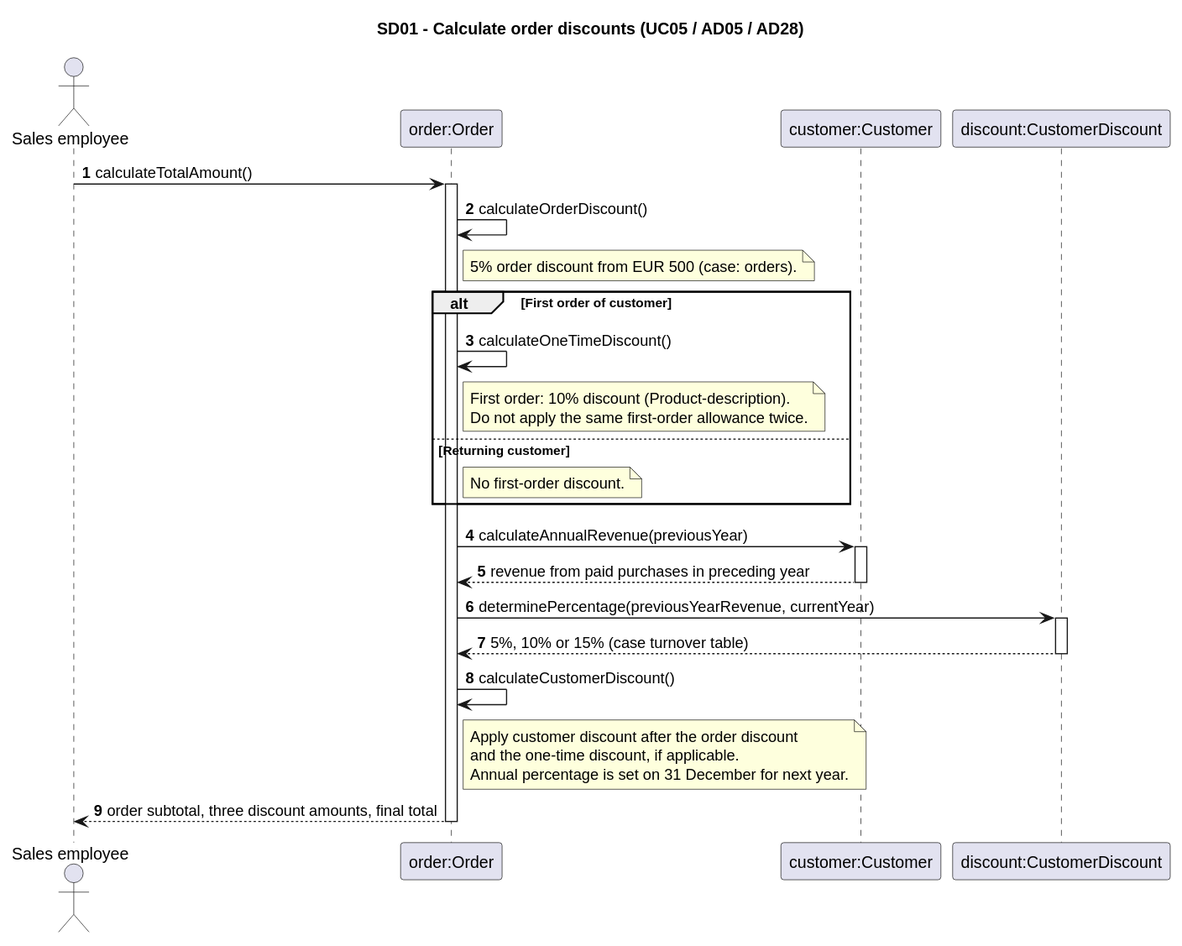
This is Documentation/Architecture/uml/export/sequence_diagrams/SD01_Klantenkorting.svg from ViktorQorri/Project-Timaflu, a PlantUML export, as it was before one commit. Source of this version:
```plantuml
@startuml
title SD01 - Calculate order discounts (UC05 / AD05 / AD28)
autonumber

actor "Sales employee" as Sales
participant "order:Order" as O
participant "customer:Customer" as C
participant "discount:CustomerDiscount" as D

Sales -> O: calculateTotalAmount()
activate O
O -> O: calculateOrderDiscount()
note right of O: 5% order discount from EUR 500 (case: orders).

alt First order of customer
  O -> O: calculateOneTimeDiscount()
  note right of O
    First order: 10% discount (Product-description).
    Do not apply the same first-order allowance twice.
  end note
else Returning customer
  note right of O: No first-order discount.
end

O -> C: calculateAnnualRevenue(previousYear)
activate C
C --> O: revenue from paid purchases in preceding year
deactivate C
O -> D: determinePercentage(previousYearRevenue, currentYear)
activate D
D --> O: 5%, 10% or 15% (case turnover table)
deactivate D
O -> O: calculateCustomerDiscount()
note right of O
  Apply customer discount after the order discount
  and the one-time discount, if applicable.
  Annual percentage is set on 31 December for next year.
end note
O --> Sales: order subtotal, three discount amounts, final total
deactivate O
@enduml
```
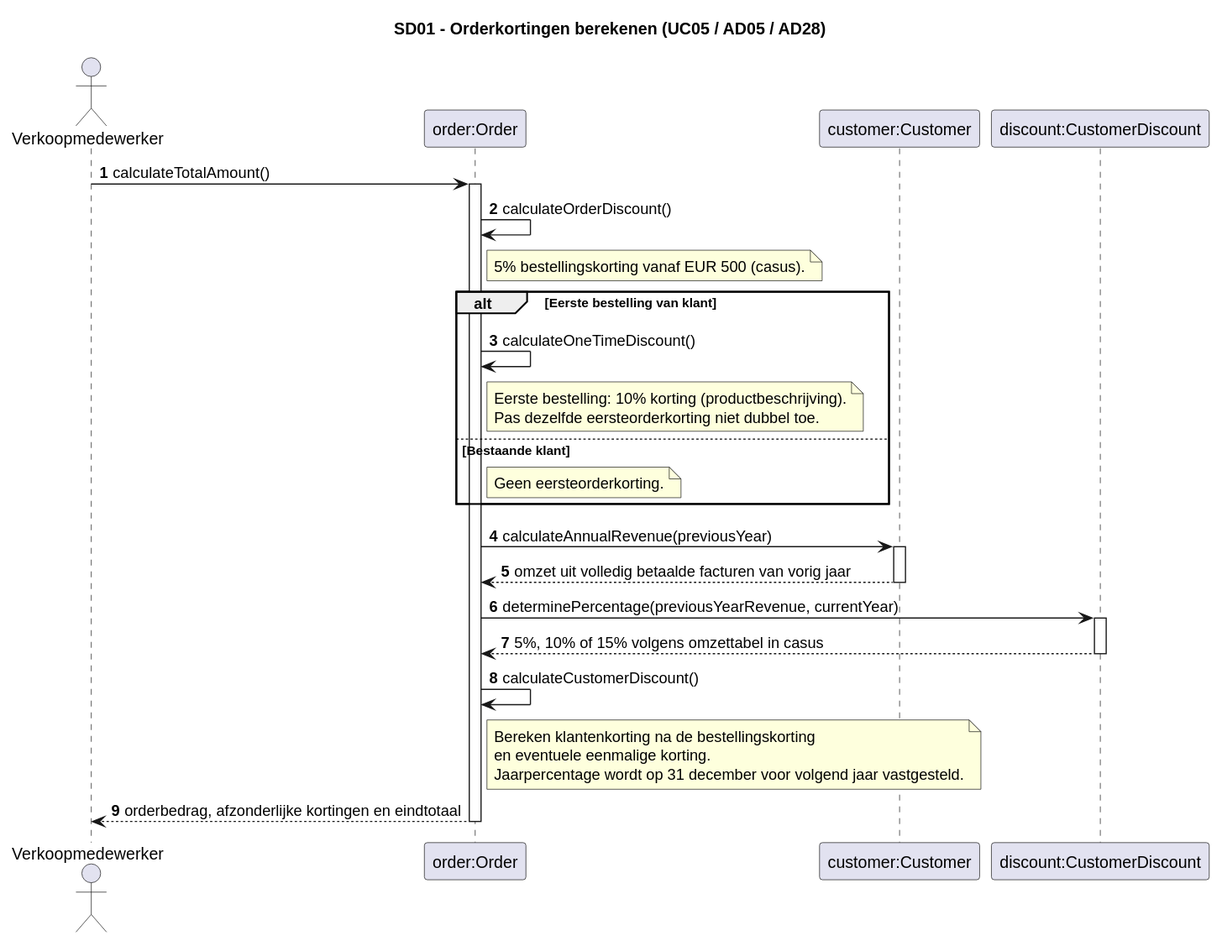
The same diagram one commit later.

What changed in the source:
```diff
@@ -1,8 +1,8 @@
 @startuml
-title SD01 - Calculate order discounts (UC05 / AD05 / AD28)
+title SD01 - Orderkortingen berekenen (UC05 / AD05 / AD28)
 autonumber
 
-actor "Sales employee" as Sales
+actor "Verkoopmedewerker" as Sales
 participant "order:Order" as O
 participant "customer:Customer" as C
 participant "discount:CustomerDiscount" as D
@@ -10,32 +10,32 @@
 Sales -> O: calculateTotalAmount()
 activate O
 O -> O: calculateOrderDiscount()
-note right of O: 5% order discount from EUR 500 (case: orders).
+note right of O: 5% bestellingskorting vanaf EUR 500 (casus).
 
-alt First order of customer
+alt Eerste bestelling van klant
   O -> O: calculateOneTimeDiscount()
   note right of O
-    First order: 10% discount (Product-description).
-    Do not apply the same first-order allowance twice.
+    Eerste bestelling: 10% korting (productbeschrijving).
+    Pas dezelfde eersteorderkorting niet dubbel toe.
   end note
-else Returning customer
-  note right of O: No first-order discount.
+else Bestaande klant
+  note right of O: Geen eersteorderkorting.
 end
 
 O -> C: calculateAnnualRevenue(previousYear)
 activate C
-C --> O: revenue from paid purchases in preceding year
+C --> O: omzet uit volledig betaalde facturen van vorig jaar
 deactivate C
 O -> D: determinePercentage(previousYearRevenue, currentYear)
 activate D
-D --> O: 5%, 10% or 15% (case turnover table)
+D --> O: 5%, 10% of 15% volgens omzettabel in casus
 deactivate D
 O -> O: calculateCustomerDiscount()
 note right of O
-  Apply customer discount after the order discount
-  and the one-time discount, if applicable.
-  Annual percentage is set on 31 December for next year.
+  Bereken klantenkorting na de bestellingskorting
+  en eventuele eenmalige korting.
+  Jaarpercentage wordt op 31 december voor volgend jaar vastgesteld.
 end note
-O --> Sales: order subtotal, three discount amounts, final total
+O --> Sales: orderbedrag, afzonderlijke kortingen en eindtotaal
 deactivate O
 @enduml
```
